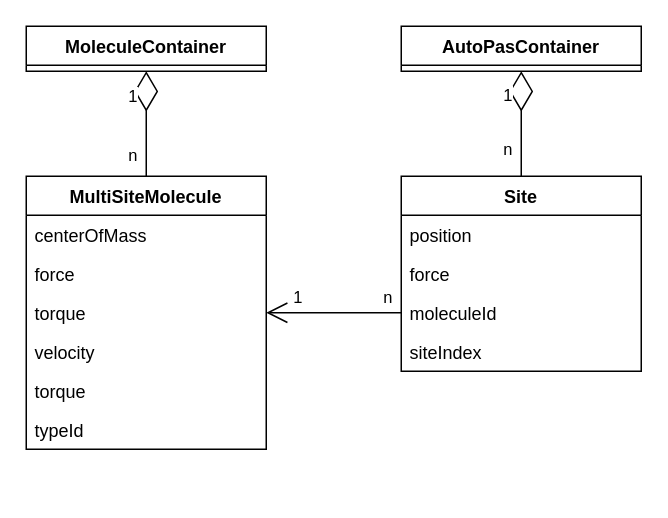
Above: siteBasedApproach.drawio in penguincarol/rattle (draw.io), before the change. Source tidied: cells renumbered, new cells numbered last; positions are measured from the earlier drawing's top-left corner, leaving out a move shared by most shapes. Both pictures are drawn from the tidied source at 150%, with x=0, y=0 at pixel (26, 26).
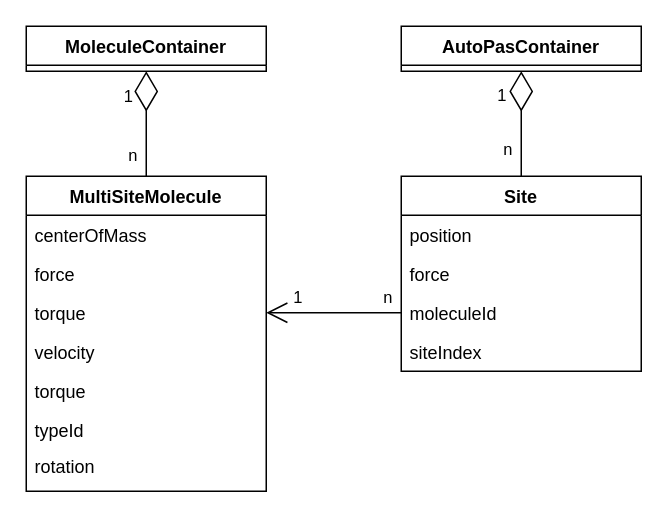
Above is the later version.

Unchanged cells that the change refers to:
```xml
<mxCell id="8" style="endArrow=diamondThin;endFill=0;endSize=24;html=1;rounded=0;entryX=0.5;entryY=1;entryDx=0;entryDy=0;exitX=0.5;exitY=0;exitDx=0;exitDy=0;" parent="1" edge="1" source="2" target="7">
  <mxGeometry relative="1" as="geometry" />
</mxCell>
<mxCell id="19" style="endArrow=diamondThin;endFill=0;endSize=24;html=1;rounded=0;exitX=0.5;exitY=0;exitDx=0;exitDy=0;entryX=0.5;entryY=1;entryDx=0;entryDy=0;" parent="1" edge="1" source="11" target="18">
  <mxGeometry relative="1" as="geometry" />
</mxCell>
```

What changed in the source:
```diff
@@
     <mxCell id="10" value="1" style="edgeLabel;html=1;align=center;verticalAlign=middle;" parent="8" vertex="1">
       <mxGeometry x="0.56" y="1" relative="1" as="geometry">
-        <mxPoint x="-9" as="offset" />
+        <mxPoint x="-13" as="offset" />
       </mxGeometry>
     </mxCell>
     <mxCell id="11" value="MultiSiteMolecule" style="swimlane;fontStyle=1;align=center;verticalAlign=top;horizontal=1;startSize=26;rounded=0;shadow=0;strokeWidth=1;" parent="1" vertex="1">
-      <mxGeometry y="100" width="160" height="182" as="geometry" />
+      <mxGeometry y="100" width="160" height="210" as="geometry" />
     </mxCell>
@@
     <mxCell id="17" value="typeId" style="text;align=left;verticalAlign=top;spacingLeft=4;spacingRight=4;overflow=hidden;rounded=0;shadow=0;html=0;" parent="11" vertex="1">
-      <mxGeometry y="156" width="160" height="26" as="geometry" />
+      <mxGeometry y="156" width="160" height="24" as="geometry" />
     </mxCell>
+    <mxCell id="25" value="rotation" style="text;align=left;verticalAlign=top;spacingLeft=4;spacingRight=4;overflow=hidden;rounded=0;shadow=0;html=0;" parent="11" vertex="1">
+      <mxGeometry y="180" width="160" height="26" as="geometry" />
+    </mxCell>
@@
     <mxCell id="20" value="1" style="edgeLabel;html=1;align=center;verticalAlign=middle;" parent="19" vertex="1">
       <mxGeometry x="0.54" relative="1" as="geometry">
-        <mxPoint x="-10" as="offset" />
+        <mxPoint x="-13" as="offset" />
       </mxGeometry>
     </mxCell>
```
